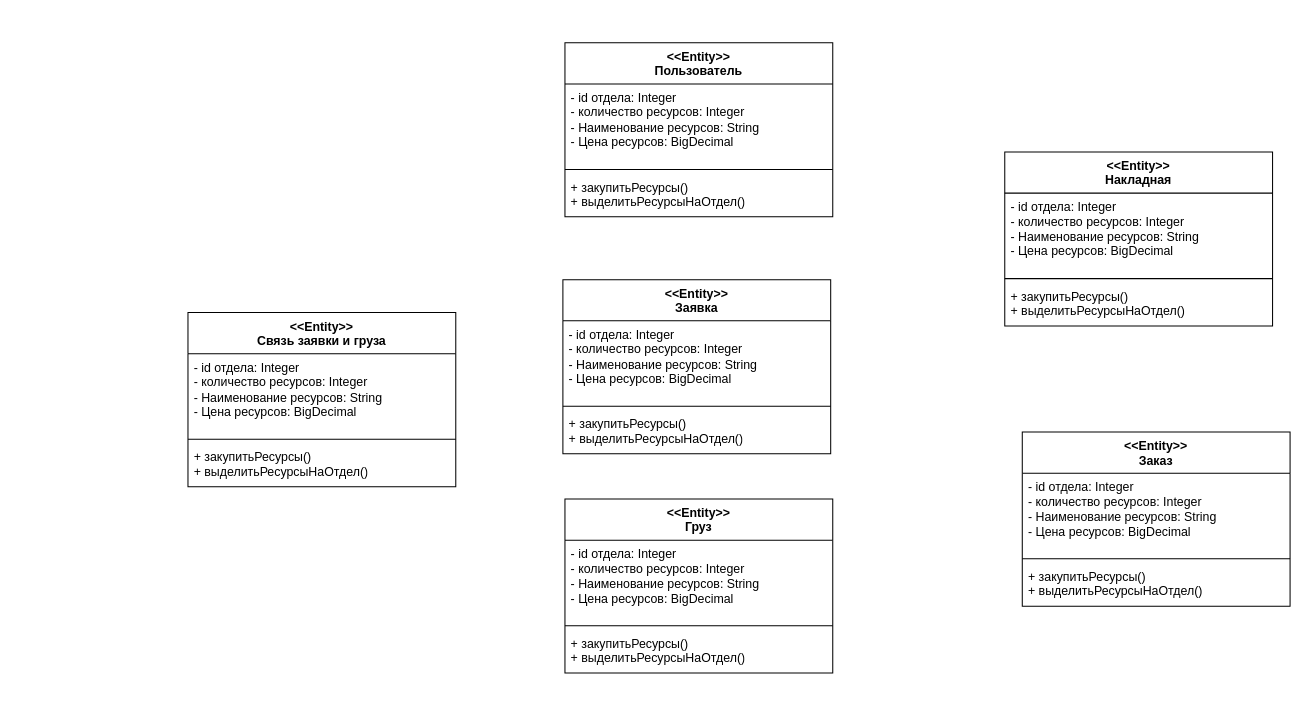
The draw.io diagram kursachClass.drawio in Alexander-Bankov/draw, before the edit. Source tidied: cells renumbered, new cells numbered last; positions are measured from the earlier drawing's top-left corner, leaving out a move shared by most shapes. Both pictures are drawn from the tidied source at 103%, with x=0, y=0 at pixel (187, 42).
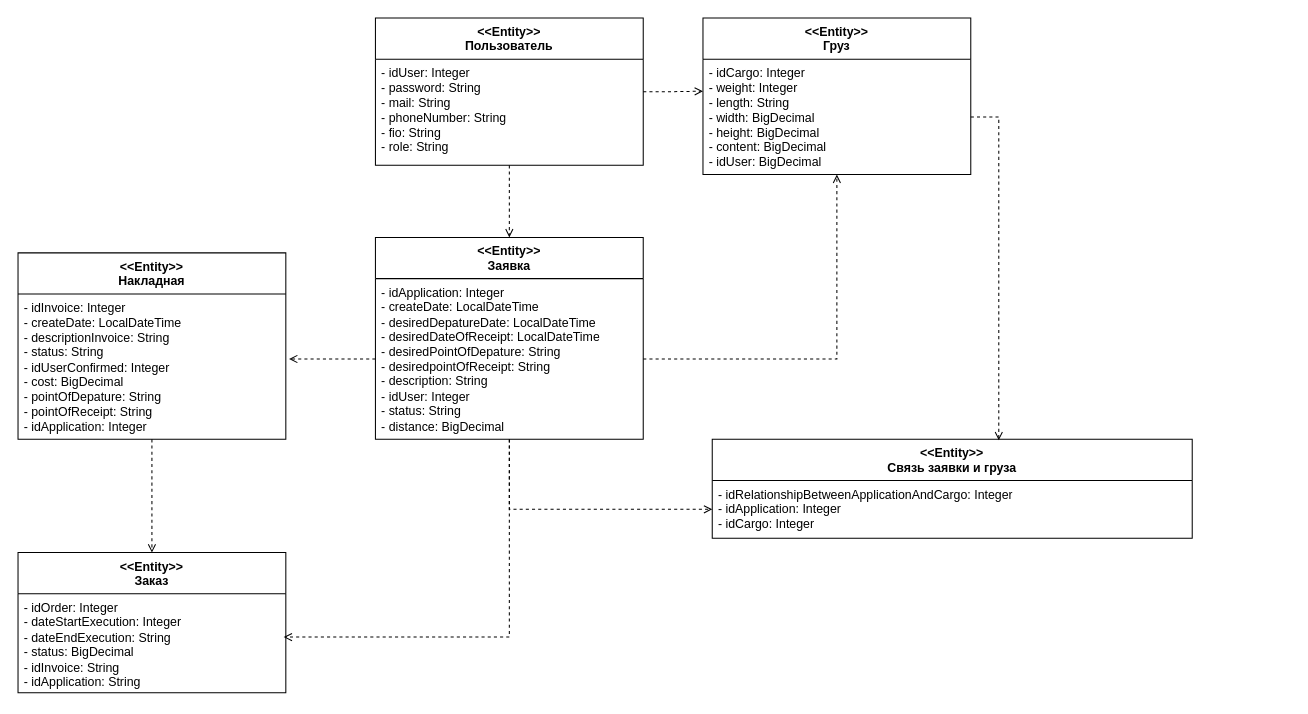
The same page after the edit.

The edit, as a diff of the source:
```diff
@@
-    <mxCell id="2" value="&lt;div&gt;&amp;lt;&amp;lt;Entity&amp;gt;&amp;gt;&lt;/div&gt;&lt;div&gt;Заявка&lt;/div&gt;" style="swimlane;fontStyle=1;align=center;verticalAlign=top;horizontal=1;startSize=40;whiteSpace=wrap;html=1;" parent="1" vertex="1">
-      <mxGeometry x="364" y="230" width="260" height="169" as="geometry" />
+    <mxCell id="2" value="&lt;div&gt;&amp;lt;&amp;lt;Entity&amp;gt;&amp;gt;&lt;/div&gt;&lt;div&gt;Накладная&lt;/div&gt;" style="swimlane;fontStyle=1;align=center;verticalAlign=top;horizontal=1;startSize=40;whiteSpace=wrap;html=1;" parent="1" vertex="1">
+      <mxGeometry x="-165" y="204" width="260" height="181" as="geometry" />
     </mxCell>
-    <mxCell id="3" value="&lt;div&gt;&lt;div&gt;- id отдела&lt;span style=&quot;background-color: transparent; color: light-dark(rgb(0, 0, 0), rgb(255, 255, 255));&quot;&gt;: Integer&lt;/span&gt;&lt;/div&gt;&lt;/div&gt;&lt;div&gt;&lt;span style=&quot;background-color: transparent; color: light-dark(rgb(0, 0, 0), rgb(255, 255, 255));&quot;&gt;- количество ресурсов: Integer&lt;/span&gt;&lt;/div&gt;&lt;div&gt;- Наименование ресурсов: String&lt;/div&gt;&lt;div&gt;- Цена ресурсов: BigDecimal&lt;/div&gt;" style="text;strokeColor=none;fillColor=none;align=left;verticalAlign=top;spacingLeft=4;spacingRight=4;overflow=hidden;points=[[0,0.5],[1,0.5]];portConstraint=eastwest;whiteSpace=wrap;html=1;" parent="2" vertex="1">
-      <mxGeometry y="40" width="260" height="79" as="geometry" />
+    <mxCell id="3" value="&lt;div&gt;&lt;div&gt;- idInvoice&lt;span style=&quot;background-color: transparent; color: light-dark(rgb(0, 0, 0), rgb(255, 255, 255));&quot;&gt;: Integer&lt;/span&gt;&lt;/div&gt;&lt;/div&gt;&lt;div&gt;&lt;span style=&quot;background-color: transparent; color: light-dark(rgb(0, 0, 0), rgb(255, 255, 255));&quot;&gt;- createDate: LocalDateTime&lt;/span&gt;&lt;/div&gt;&lt;div&gt;&lt;span style=&quot;background-color: transparent; color: light-dark(rgb(0, 0, 0), rgb(255, 255, 255));&quot;&gt;- descriptionInvoice: String&lt;/span&gt;&lt;/div&gt;&lt;div&gt;- status:&amp;nbsp;&lt;span style=&quot;background-color: transparent; color: light-dark(rgb(0, 0, 0), rgb(255, 255, 255));&quot;&gt;String&lt;/span&gt;&lt;/div&gt;&lt;div&gt;- idUserConfirmed: Integer&lt;/div&gt;&lt;div&gt;- cost: BigDecimal&lt;/div&gt;&lt;div&gt;- pointOfDepature: String&lt;/div&gt;&lt;div&gt;- pointOfReceipt:&amp;nbsp;&lt;span style=&quot;background-color: transparent; color: light-dark(rgb(0, 0, 0), rgb(255, 255, 255));&quot;&gt;String&lt;/span&gt;&lt;/div&gt;&lt;div&gt;- idApplication: Integer&lt;/div&gt;" style="text;strokeColor=none;fillColor=none;align=left;verticalAlign=top;spacingLeft=4;spacingRight=4;overflow=hidden;points=[[0,0.5],[1,0.5]];portConstraint=eastwest;whiteSpace=wrap;html=1;" parent="2" vertex="1">
+      <mxGeometry y="40" width="260" height="141" as="geometry" />
     </mxCell>
-    <mxCell id="4" style="line;strokeWidth=1;fillColor=none;align=left;verticalAlign=middle;spacingTop=-1;spacingLeft=3;spacingRight=3;labelPosition=right;strokeColor=inherit;" parent="2" vertex="1">
-      <mxGeometry y="119" width="260" height="8" as="geometry" />
-    </mxCell>
-    <mxCell id="5" value="&lt;div&gt;+ закупитьРесурсы()&lt;/div&gt;&lt;div&gt;+ выделитьРесурсыНаОтдел()&lt;/div&gt;" style="text;strokeColor=none;fillColor=none;align=left;verticalAlign=top;spacingLeft=4;spacingRight=4;overflow=hidden;whiteSpace=wrap;html=1;" parent="2" vertex="1">
-      <mxGeometry y="127" width="260" height="42" as="geometry" />
-    </mxCell>
     <mxCell id="6" value="&lt;div&gt;&amp;lt;&amp;lt;Entity&amp;gt;&amp;gt;&lt;/div&gt;&lt;div&gt;Груз&lt;/div&gt;" style="swimlane;fontStyle=1;align=center;verticalAlign=top;horizontal=1;startSize=40;whiteSpace=wrap;html=1;" parent="1" vertex="1">
-      <mxGeometry x="366" y="443" width="260" height="169" as="geometry" />
+      <mxGeometry x="500" y="-24" width="260" height="152" as="geometry" />
     </mxCell>
-    <mxCell id="7" value="&lt;div&gt;&lt;div&gt;- id отдела&lt;span style=&quot;background-color: transparent; color: light-dark(rgb(0, 0, 0), rgb(255, 255, 255));&quot;&gt;: Integer&lt;/span&gt;&lt;/div&gt;&lt;/div&gt;&lt;div&gt;&lt;span style=&quot;background-color: transparent; color: light-dark(rgb(0, 0, 0), rgb(255, 255, 255));&quot;&gt;- количество ресурсов: Integer&lt;/span&gt;&lt;/div&gt;&lt;div&gt;- Наименование ресурсов: String&lt;/div&gt;&lt;div&gt;- Цена ресурсов: BigDecimal&lt;/div&gt;" style="text;strokeColor=none;fillColor=none;align=left;verticalAlign=top;spacingLeft=4;spacingRight=4;overflow=hidden;points=[[0,0.5],[1,0.5]];portConstraint=eastwest;whiteSpace=wrap;html=1;" parent="6" vertex="1">
-      <mxGeometry y="40" width="260" height="79" as="geometry" />
+    <mxCell id="7" value="&lt;div&gt;&lt;div&gt;- idCargo&lt;span style=&quot;background-color: transparent; color: light-dark(rgb(0, 0, 0), rgb(255, 255, 255));&quot;&gt;: Integer&lt;/span&gt;&lt;/div&gt;&lt;/div&gt;&lt;div&gt;&lt;span style=&quot;background-color: transparent; color: light-dark(rgb(0, 0, 0), rgb(255, 255, 255));&quot;&gt;- weight: Integer&lt;/span&gt;&lt;/div&gt;&lt;div&gt;- length: String&lt;/div&gt;&lt;div&gt;- width: BigDecimal&lt;/div&gt;&lt;div&gt;- height: BigDecimal&lt;/div&gt;&lt;div&gt;- content: BigDecimal&lt;/div&gt;&lt;div&gt;- idUser: BigDecimal&lt;/div&gt;" style="text;strokeColor=none;fillColor=none;align=left;verticalAlign=top;spacingLeft=4;spacingRight=4;overflow=hidden;points=[[0,0.5],[1,0.5]];portConstraint=eastwest;whiteSpace=wrap;html=1;" parent="6" vertex="1">
+      <mxGeometry y="40" width="260" height="112" as="geometry" />
     </mxCell>
-    <mxCell id="8" style="line;strokeWidth=1;fillColor=none;align=left;verticalAlign=middle;spacingTop=-1;spacingLeft=3;spacingRight=3;labelPosition=right;strokeColor=inherit;" parent="6" vertex="1">
-      <mxGeometry y="119" width="260" height="8" as="geometry" />
-    </mxCell>
-    <mxCell id="9" value="&lt;div&gt;+ закупитьРесурсы()&lt;/div&gt;&lt;div&gt;+ выделитьРесурсыНаОтдел()&lt;/div&gt;" style="text;strokeColor=none;fillColor=none;align=left;verticalAlign=top;spacingLeft=4;spacingRight=4;overflow=hidden;whiteSpace=wrap;html=1;" parent="6" vertex="1">
-      <mxGeometry y="127" width="260" height="42" as="geometry" />
-    </mxCell>
+    <mxCell id="26" style="edgeStyle=orthogonalEdgeStyle;rounded=0;jettySize=auto;html=1;dashed=1;endArrow=open;endFill=0;" parent="1" edge="1" source="10" target="15">
+      <mxGeometry relative="1" as="geometry" />
+    </mxCell>
-    <mxCell id="10" value="&lt;div&gt;&amp;lt;&amp;lt;Entity&amp;gt;&amp;gt;&lt;/div&gt;&lt;div&gt;Накладная&lt;/div&gt;" style="swimlane;fontStyle=1;align=center;verticalAlign=top;horizontal=1;startSize=40;whiteSpace=wrap;html=1;" parent="1" vertex="1">
-      <mxGeometry x="793" y="106" width="260" height="169" as="geometry" />
+    <mxCell id="10" value="&lt;div&gt;&amp;lt;&amp;lt;Entity&amp;gt;&amp;gt;&lt;/div&gt;&lt;div&gt;Заявка&lt;/div&gt;" style="swimlane;fontStyle=1;align=center;verticalAlign=top;horizontal=1;startSize=40;whiteSpace=wrap;html=1;" parent="1" vertex="1">
+      <mxGeometry x="182" y="189" width="260" height="196" as="geometry" />
     </mxCell>
-    <mxCell id="11" value="&lt;div&gt;&lt;div&gt;- id отдела&lt;span style=&quot;background-color: transparent; color: light-dark(rgb(0, 0, 0), rgb(255, 255, 255));&quot;&gt;: Integer&lt;/span&gt;&lt;/div&gt;&lt;/div&gt;&lt;div&gt;&lt;span style=&quot;background-color: transparent; color: light-dark(rgb(0, 0, 0), rgb(255, 255, 255));&quot;&gt;- количество ресурсов: Integer&lt;/span&gt;&lt;/div&gt;&lt;div&gt;- Наименование ресурсов: String&lt;/div&gt;&lt;div&gt;- Цена ресурсов: BigDecimal&lt;/div&gt;" style="text;strokeColor=none;fillColor=none;align=left;verticalAlign=top;spacingLeft=4;spacingRight=4;overflow=hidden;points=[[0,0.5],[1,0.5]];portConstraint=eastwest;whiteSpace=wrap;html=1;" parent="10" vertex="1">
-      <mxGeometry y="40" width="260" height="79" as="geometry" />
+    <mxCell id="11" value="&lt;div&gt;&lt;div&gt;- idApplication&lt;span style=&quot;background-color: transparent; color: light-dark(rgb(0, 0, 0), rgb(255, 255, 255));&quot;&gt;: Integer&lt;/span&gt;&lt;/div&gt;&lt;/div&gt;&lt;div&gt;&lt;span style=&quot;background-color: transparent; color: light-dark(rgb(0, 0, 0), rgb(255, 255, 255));&quot;&gt;- createDate: LocalDateTime&lt;/span&gt;&lt;/div&gt;&lt;div&gt;&lt;span style=&quot;background-color: transparent; color: light-dark(rgb(0, 0, 0), rgb(255, 255, 255));&quot;&gt;- desiredDepatureDate:&amp;nbsp;&lt;/span&gt;&lt;span style=&quot;background-color: transparent; color: light-dark(rgb(0, 0, 0), rgb(255, 255, 255));&quot;&gt;LocalDateTime&lt;/span&gt;&lt;/div&gt;&lt;div&gt;&lt;span style=&quot;background-color: transparent; color: light-dark(rgb(0, 0, 0), rgb(255, 255, 255));&quot;&gt;- desiredDateOfReceipt:&amp;nbsp;&lt;/span&gt;&lt;span style=&quot;background-color: transparent; color: light-dark(rgb(0, 0, 0), rgb(255, 255, 255));&quot;&gt;LocalDateTime&lt;/span&gt;&lt;/div&gt;&lt;div&gt;&lt;span style=&quot;background-color: transparent; color: light-dark(rgb(0, 0, 0), rgb(255, 255, 255));&quot;&gt;- desiredPointOfDepature:&amp;nbsp;&lt;/span&gt;&lt;span style=&quot;background-color: transparent; color: light-dark(rgb(0, 0, 0), rgb(255, 255, 255));&quot;&gt;String&lt;/span&gt;&lt;/div&gt;&lt;div&gt;&lt;span style=&quot;background-color: transparent; color: light-dark(rgb(0, 0, 0), rgb(255, 255, 255));&quot;&gt;- desiredpointOfReceipt:&amp;nbsp;&lt;/span&gt;&lt;span style=&quot;background-color: transparent; color: light-dark(rgb(0, 0, 0), rgb(255, 255, 255));&quot;&gt;String&lt;/span&gt;&lt;/div&gt;&lt;div&gt;&lt;span style=&quot;background-color: transparent; color: light-dark(rgb(0, 0, 0), rgb(255, 255, 255));&quot;&gt;- description:&amp;nbsp;&lt;/span&gt;&lt;span style=&quot;background-color: transparent; color: light-dark(rgb(0, 0, 0), rgb(255, 255, 255));&quot;&gt;String&lt;/span&gt;&lt;/div&gt;&lt;div&gt;- idUser: Integer&lt;/div&gt;&lt;div&gt;- status:&amp;nbsp;&lt;span style=&quot;background-color: transparent; color: light-dark(rgb(0, 0, 0), rgb(255, 255, 255));&quot;&gt;String&lt;/span&gt;&lt;/div&gt;&lt;div&gt;- distance: BigDecimal&lt;/div&gt;&lt;div&gt;&lt;br&gt;&lt;/div&gt;" style="text;strokeColor=none;fillColor=none;align=left;verticalAlign=top;spacingLeft=4;spacingRight=4;overflow=hidden;points=[[0,0.5],[1,0.5]];portConstraint=eastwest;whiteSpace=wrap;html=1;" parent="10" vertex="1">
+      <mxGeometry y="40" width="260" height="156" as="geometry" />
     </mxCell>
-    <mxCell id="12" style="line;strokeWidth=1;fillColor=none;align=left;verticalAlign=middle;spacingTop=-1;spacingLeft=3;spacingRight=3;labelPosition=right;strokeColor=inherit;" parent="10" vertex="1">
-      <mxGeometry y="119" width="260" height="8" as="geometry" />
-    </mxCell>
-    <mxCell id="13" value="&lt;div&gt;+ закупитьРесурсы()&lt;/div&gt;&lt;div&gt;+ выделитьРесурсыНаОтдел()&lt;/div&gt;" style="text;strokeColor=none;fillColor=none;align=left;verticalAlign=top;spacingLeft=4;spacingRight=4;overflow=hidden;whiteSpace=wrap;html=1;" parent="10" vertex="1">
-      <mxGeometry y="127" width="260" height="42" as="geometry" />
-    </mxCell>
     <mxCell id="14" value="&lt;div&gt;&amp;lt;&amp;lt;Entity&amp;gt;&amp;gt;&lt;/div&gt;&lt;div&gt;Связь заявки и груза&lt;/div&gt;" style="swimlane;fontStyle=1;align=center;verticalAlign=top;horizontal=1;startSize=40;whiteSpace=wrap;html=1;" parent="1" vertex="1">
-      <mxGeometry y="262" width="260" height="169" as="geometry" />
+      <mxGeometry x="509" y="385" width="466" height="96" as="geometry" />
     </mxCell>
-    <mxCell id="15" value="&lt;div&gt;&lt;div&gt;- id отдела&lt;span style=&quot;background-color: transparent; color: light-dark(rgb(0, 0, 0), rgb(255, 255, 255));&quot;&gt;: Integer&lt;/span&gt;&lt;/div&gt;&lt;/div&gt;&lt;div&gt;&lt;span style=&quot;background-color: transparent; color: light-dark(rgb(0, 0, 0), rgb(255, 255, 255));&quot;&gt;- количество ресурсов: Integer&lt;/span&gt;&lt;/div&gt;&lt;div&gt;- Наименование ресурсов: String&lt;/div&gt;&lt;div&gt;- Цена ресурсов: BigDecimal&lt;/div&gt;" style="text;strokeColor=none;fillColor=none;align=left;verticalAlign=top;spacingLeft=4;spacingRight=4;overflow=hidden;points=[[0,0.5],[1,0.5]];portConstraint=eastwest;whiteSpace=wrap;html=1;" parent="14" vertex="1">
-      <mxGeometry y="40" width="260" height="79" as="geometry" />
+    <mxCell id="15" value="&lt;div&gt;&lt;div&gt;- idRelationshipBetweenApplicationAndCargo&lt;span style=&quot;background-color: transparent; color: light-dark(rgb(0, 0, 0), rgb(255, 255, 255));&quot;&gt;: Integer&lt;/span&gt;&lt;/div&gt;&lt;/div&gt;&lt;div&gt;&lt;div&gt;- idApplication&lt;span style=&quot;background-color: transparent; color: light-dark(rgb(0, 0, 0), rgb(255, 255, 255));&quot;&gt;: Integer&lt;/span&gt;&lt;/div&gt;&lt;/div&gt;&lt;div&gt;&lt;div&gt;- idCargo&lt;span style=&quot;background-color: transparent; color: light-dark(rgb(0, 0, 0), rgb(255, 255, 255));&quot;&gt;: Integer&lt;/span&gt;&lt;/div&gt;&lt;/div&gt;&lt;div&gt;&lt;span style=&quot;background-color: transparent; color: light-dark(rgb(0, 0, 0), rgb(255, 255, 255));&quot;&gt;&lt;br&gt;&lt;/span&gt;&lt;/div&gt;" style="text;strokeColor=none;fillColor=none;align=left;verticalAlign=top;spacingLeft=4;spacingRight=4;overflow=hidden;points=[[0,0.5],[1,0.5]];portConstraint=eastwest;whiteSpace=wrap;html=1;" parent="14" vertex="1">
+      <mxGeometry y="40" width="466" height="56" as="geometry" />
     </mxCell>
-    <mxCell id="16" style="line;strokeWidth=1;fillColor=none;align=left;verticalAlign=middle;spacingTop=-1;spacingLeft=3;spacingRight=3;labelPosition=right;strokeColor=inherit;" parent="14" vertex="1">
-      <mxGeometry y="119" width="260" height="8" as="geometry" />
-    </mxCell>
-    <mxCell id="17" value="&lt;div&gt;+ закупитьРесурсы()&lt;/div&gt;&lt;div&gt;+ выделитьРесурсыНаОтдел()&lt;/div&gt;" style="text;strokeColor=none;fillColor=none;align=left;verticalAlign=top;spacingLeft=4;spacingRight=4;overflow=hidden;whiteSpace=wrap;html=1;" parent="14" vertex="1">
-      <mxGeometry y="127" width="260" height="42" as="geometry" />
-    </mxCell>
     <mxCell id="18" value="&lt;div&gt;&amp;lt;&amp;lt;Entity&amp;gt;&amp;gt;&lt;/div&gt;&lt;div&gt;Заказ&lt;/div&gt;" style="swimlane;fontStyle=1;align=center;verticalAlign=top;horizontal=1;startSize=40;whiteSpace=wrap;html=1;" parent="1" vertex="1">
-      <mxGeometry x="810" y="378" width="260" height="169" as="geometry" />
+      <mxGeometry x="-165" y="495" width="260" height="136" as="geometry" />
     </mxCell>
-    <mxCell id="19" value="&lt;div&gt;&lt;div&gt;- id отдела&lt;span style=&quot;background-color: transparent; color: light-dark(rgb(0, 0, 0), rgb(255, 255, 255));&quot;&gt;: Integer&lt;/span&gt;&lt;/div&gt;&lt;/div&gt;&lt;div&gt;&lt;span style=&quot;background-color: transparent; color: light-dark(rgb(0, 0, 0), rgb(255, 255, 255));&quot;&gt;- количество ресурсов: Integer&lt;/span&gt;&lt;/div&gt;&lt;div&gt;- Наименование ресурсов: String&lt;/div&gt;&lt;div&gt;- Цена ресурсов: BigDecimal&lt;/div&gt;" style="text;strokeColor=none;fillColor=none;align=left;verticalAlign=top;spacingLeft=4;spacingRight=4;overflow=hidden;points=[[0,0.5],[1,0.5]];portConstraint=eastwest;whiteSpace=wrap;html=1;" parent="18" vertex="1">
-      <mxGeometry y="40" width="260" height="79" as="geometry" />
+    <mxCell id="19" value="&lt;div&gt;&lt;div&gt;- idOrder&lt;span style=&quot;background-color: transparent; color: light-dark(rgb(0, 0, 0), rgb(255, 255, 255));&quot;&gt;: Integer&lt;/span&gt;&lt;/div&gt;&lt;/div&gt;&lt;div&gt;&lt;span style=&quot;background-color: transparent; color: light-dark(rgb(0, 0, 0), rgb(255, 255, 255));&quot;&gt;- dateStartExecution: Integer&lt;/span&gt;&lt;/div&gt;&lt;div&gt;- dateEndExecution: String&lt;/div&gt;&lt;div&gt;- status: BigDecimal&lt;/div&gt;&lt;div&gt;&lt;div&gt;- idInvoice: String&lt;/div&gt;&lt;/div&gt;&lt;div&gt;&lt;div&gt;- idApplication: String&lt;/div&gt;&lt;/div&gt;&lt;div&gt;&lt;br&gt;&lt;/div&gt;" style="text;strokeColor=none;fillColor=none;align=left;verticalAlign=top;spacingLeft=4;spacingRight=4;overflow=hidden;points=[[0,0.5],[1,0.5]];portConstraint=eastwest;whiteSpace=wrap;html=1;" parent="18" vertex="1">
+      <mxGeometry y="40" width="260" height="96" as="geometry" />
     </mxCell>
-    <mxCell id="20" style="line;strokeWidth=1;fillColor=none;align=left;verticalAlign=middle;spacingTop=-1;spacingLeft=3;spacingRight=3;labelPosition=right;strokeColor=inherit;" parent="18" vertex="1">
-      <mxGeometry y="119" width="260" height="8" as="geometry" />
-    </mxCell>
-    <mxCell id="21" value="&lt;div&gt;+ закупитьРесурсы()&lt;/div&gt;&lt;div&gt;+ выделитьРесурсыНаОтдел()&lt;/div&gt;" style="text;strokeColor=none;fillColor=none;align=left;verticalAlign=top;spacingLeft=4;spacingRight=4;overflow=hidden;whiteSpace=wrap;html=1;" parent="18" vertex="1">
-      <mxGeometry y="127" width="260" height="42" as="geometry" />
-    </mxCell>
+    <mxCell id="27" style="edgeStyle=orthogonalEdgeStyle;rounded=0;jettySize=auto;html=1;entryX=0.5;entryY=0;entryDx=0;entryDy=0;dashed=1;endArrow=open;endFill=0;" parent="1" edge="1" source="22" target="10">
+      <mxGeometry relative="1" as="geometry" />
+    </mxCell>
     <mxCell id="22" value="&lt;div&gt;&amp;lt;&amp;lt;Entity&amp;gt;&amp;gt;&lt;/div&gt;&lt;div&gt;Пользователь&lt;/div&gt;" style="swimlane;fontStyle=1;align=center;verticalAlign=top;horizontal=1;startSize=40;whiteSpace=wrap;html=1;" parent="1" vertex="1">
-      <mxGeometry x="366" width="260" height="169" as="geometry" />
+      <mxGeometry x="182" y="-24" width="260" height="143" as="geometry" />
     </mxCell>
-    <mxCell id="23" value="&lt;div&gt;&lt;div&gt;- id отдела&lt;span style=&quot;background-color: transparent; color: light-dark(rgb(0, 0, 0), rgb(255, 255, 255));&quot;&gt;: Integer&lt;/span&gt;&lt;/div&gt;&lt;/div&gt;&lt;div&gt;&lt;span style=&quot;background-color: transparent; color: light-dark(rgb(0, 0, 0), rgb(255, 255, 255));&quot;&gt;- количество ресурсов: Integer&lt;/span&gt;&lt;/div&gt;&lt;div&gt;- Наименование ресурсов: String&lt;/div&gt;&lt;div&gt;- Цена ресурсов: BigDecimal&lt;/div&gt;" style="text;strokeColor=none;fillColor=none;align=left;verticalAlign=top;spacingLeft=4;spacingRight=4;overflow=hidden;whiteSpace=wrap;html=1;" parent="22" vertex="1">
-      <mxGeometry y="40" width="260" height="79" as="geometry" />
+    <mxCell id="23" value="&lt;div&gt;&lt;div&gt;- idUser&lt;span style=&quot;background-color: transparent; color: light-dark(rgb(0, 0, 0), rgb(255, 255, 255));&quot;&gt;: Integer&lt;/span&gt;&lt;/div&gt;&lt;/div&gt;&lt;div&gt;&lt;span style=&quot;background-color: transparent; color: light-dark(rgb(0, 0, 0), rgb(255, 255, 255));&quot;&gt;- password: String&lt;/span&gt;&lt;/div&gt;&lt;div&gt;- mail: String&lt;/div&gt;&lt;div&gt;- phoneNumber: String&lt;/div&gt;&lt;div&gt;- fio: String&lt;/div&gt;&lt;div&gt;- role: String&lt;/div&gt;" style="text;strokeColor=none;fillColor=none;align=left;verticalAlign=top;spacingLeft=4;spacingRight=4;overflow=hidden;whiteSpace=wrap;html=1;" parent="22" vertex="1">
+      <mxGeometry y="40" width="260" height="103" as="geometry" />
     </mxCell>
-    <mxCell id="24" style="line;strokeWidth=1;fillColor=none;align=left;verticalAlign=middle;spacingTop=-1;spacingLeft=3;spacingRight=3;labelPosition=right;strokeColor=inherit;" parent="22" vertex="1">
-      <mxGeometry y="119" width="260" height="8" as="geometry" />
-    </mxCell>
-    <mxCell id="25" value="&lt;div&gt;+ закупитьРесурсы()&lt;/div&gt;&lt;div&gt;+ выделитьРесурсыНаОтдел()&lt;/div&gt;" style="text;strokeColor=none;fillColor=none;align=left;verticalAlign=top;spacingLeft=4;spacingRight=4;overflow=hidden;whiteSpace=wrap;html=1;" parent="22" vertex="1">
-      <mxGeometry y="127" width="260" height="42" as="geometry" />
-    </mxCell>
+    <mxCell id="28" style="edgeStyle=orthogonalEdgeStyle;rounded=0;jettySize=auto;html=1;entryX=0;entryY=0.277;entryDx=0;entryDy=0;entryPerimeter=0;dashed=1;endArrow=open;endFill=0;" parent="1" edge="1" source="22" target="7">
+      <mxGeometry relative="1" as="geometry" />
+    </mxCell>
+    <mxCell id="29" style="edgeStyle=orthogonalEdgeStyle;rounded=0;jettySize=auto;html=1;dashed=1;endArrow=open;endFill=0;" parent="1" edge="1" source="11" target="6">
+      <mxGeometry relative="1" as="geometry" />
+    </mxCell>
+    <mxCell id="30" style="edgeStyle=orthogonalEdgeStyle;rounded=0;jettySize=auto;html=1;entryX=0.597;entryY=0.01;entryDx=0;entryDy=0;entryPerimeter=0;dashed=1;endArrow=open;endFill=0;" parent="1" edge="1" source="7" target="14">
+      <mxGeometry relative="1" as="geometry" />
+    </mxCell>
+    <mxCell id="31" style="edgeStyle=orthogonalEdgeStyle;rounded=0;jettySize=auto;html=1;entryX=1.012;entryY=0.447;entryDx=0;entryDy=0;entryPerimeter=0;dashed=1;endArrow=open;endFill=0;" parent="1" edge="1" source="11" target="3">
+      <mxGeometry relative="1" as="geometry" />
+    </mxCell>
+    <mxCell id="32" style="edgeStyle=orthogonalEdgeStyle;rounded=0;jettySize=auto;html=1;entryX=0.5;entryY=0;entryDx=0;entryDy=0;dashed=1;endArrow=open;endFill=0;" parent="1" edge="1" source="2" target="18">
+      <mxGeometry relative="1" as="geometry" />
+    </mxCell>
+    <mxCell id="33" style="edgeStyle=orthogonalEdgeStyle;rounded=0;jettySize=auto;html=1;entryX=0.992;entryY=0.438;entryDx=0;entryDy=0;entryPerimeter=0;dashed=1;endArrow=open;endFill=0;" parent="1" edge="1" source="10" target="19">
+      <mxGeometry relative="1" as="geometry" />
+    </mxCell>
```
